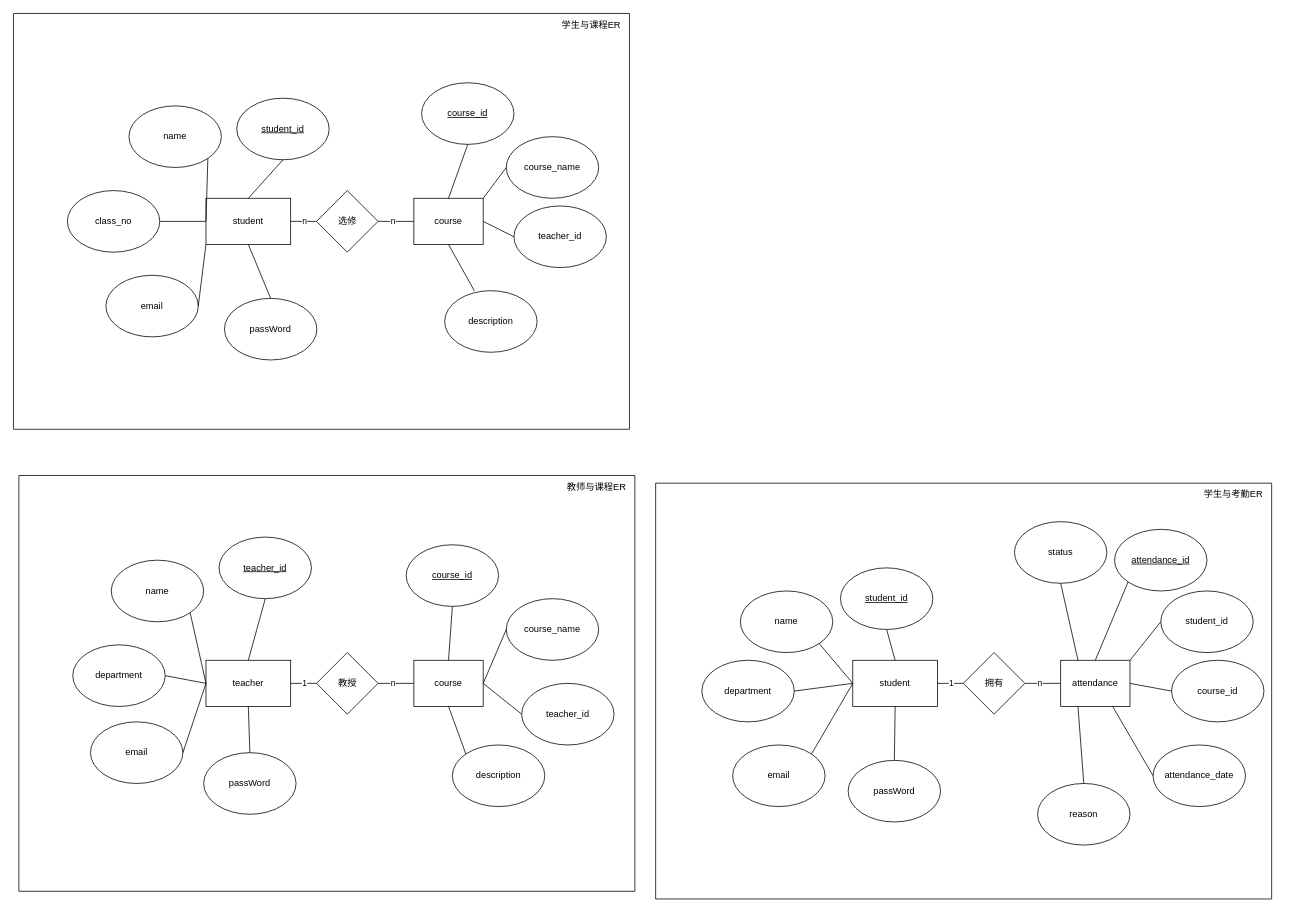
This is student_attendance_system.drawio from hiddenSharp429/student-attendance-system-python, a draw.io file, before an edit. Source tidied: cells renumbered, new cells numbered last; positions are measured from the earlier drawing's top-left corner, leaving out a move shared by most shapes. Both pictures are drawn from the tidied source at 77%, with x=0, y=0 at pixel (13, 13).
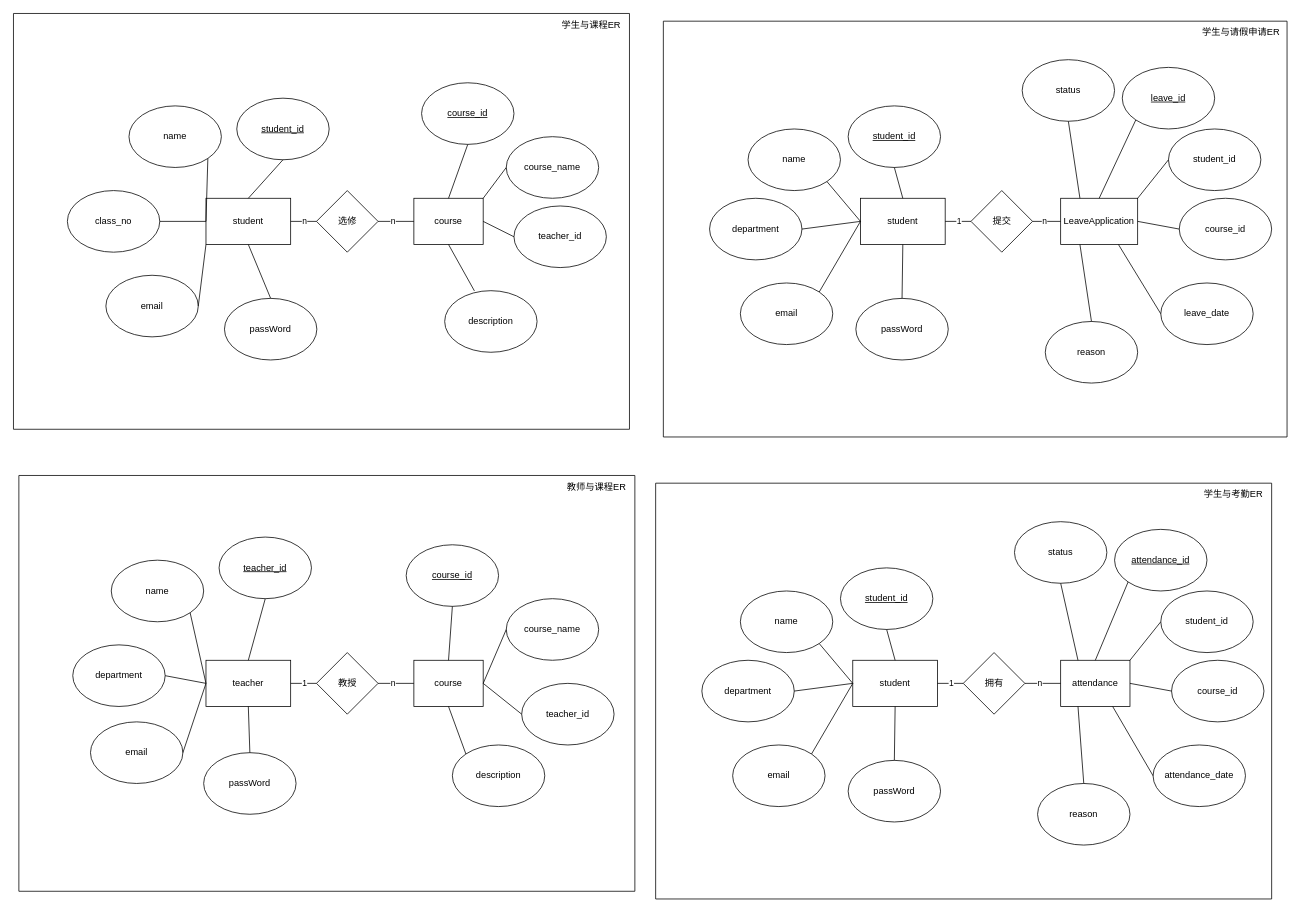
The same diagram, later.

Change to the diagram source:
```diff
@@
+    <mxCell id="87" style="swimlane;startSize=0;" parent="1" vertex="1">
+      <mxGeometry x="844" y="10" width="810" height="540" as="geometry" />
+    </mxCell>
+    <mxCell id="88" value="学生与请假申请ER" style="text;html=1;align=center;verticalAlign=middle;strokeColor=none;fillColor=none;" parent="87" vertex="1">
+      <mxGeometry x="690" width="120" height="30" as="geometry" />
+    </mxCell>
+    <mxCell id="89" value="status" style="ellipse;whiteSpace=wrap;html=1;" parent="87" vertex="1">
+      <mxGeometry x="466" y="50" width="120" height="80" as="geometry" />
+    </mxCell>
+    <mxCell id="90" value="reason" style="ellipse;whiteSpace=wrap;html=1;" parent="87" vertex="1">
+      <mxGeometry x="496" y="390" width="120" height="80" as="geometry" />
+    </mxCell>
+    <mxCell id="91" value="&lt;u&gt;student_id&lt;/u&gt;" style="ellipse;whiteSpace=wrap;html=1;" parent="87" vertex="1">
+      <mxGeometry x="240" y="110" width="120" height="80" as="geometry" />
+    </mxCell>
+    <mxCell id="92" value="name" style="ellipse;whiteSpace=wrap;html=1;" parent="87" vertex="1">
+      <mxGeometry x="110" y="140" width="120" height="80" as="geometry" />
+    </mxCell>
+    <mxCell id="93" value="department" style="ellipse;whiteSpace=wrap;html=1;" parent="87" vertex="1">
+      <mxGeometry x="60" y="230" width="120" height="80" as="geometry" />
+    </mxCell>
+    <mxCell id="94" value="passWord" style="ellipse;whiteSpace=wrap;html=1;" parent="87" vertex="1">
+      <mxGeometry x="250" y="360" width="120" height="80" as="geometry" />
+    </mxCell>
+    <mxCell id="95" value="email" style="ellipse;whiteSpace=wrap;html=1;" parent="87" vertex="1">
+      <mxGeometry x="100" y="340" width="120" height="80" as="geometry" />
+    </mxCell>
+    <mxCell id="96" value="&lt;u&gt;leave_id&lt;/u&gt;" style="ellipse;whiteSpace=wrap;html=1;" parent="87" vertex="1">
+      <mxGeometry x="596" y="60" width="120" height="80" as="geometry" />
+    </mxCell>
+    <mxCell id="97" value="student_id" style="ellipse;whiteSpace=wrap;html=1;" parent="87" vertex="1">
+      <mxGeometry x="656" y="140" width="120" height="80" as="geometry" />
+    </mxCell>
+    <mxCell id="98" value="course_id" style="ellipse;whiteSpace=wrap;html=1;" parent="87" vertex="1">
+      <mxGeometry x="670" y="230" width="120" height="80" as="geometry" />
+    </mxCell>
+    <mxCell id="99" value="&lt;div style=&quot;text-align: start;&quot;&gt;leave_date&lt;/div&gt;" style="ellipse;whiteSpace=wrap;html=1;" parent="87" vertex="1">
+      <mxGeometry x="646" y="340" width="120" height="80" as="geometry" />
+    </mxCell>
+    <mxCell id="100" value="student" style="rounded=0;whiteSpace=wrap;html=1;" parent="1" vertex="1">
+      <mxGeometry x="1100" y="240" width="110" height="60" as="geometry" />
+    </mxCell>
+    <mxCell id="101" value="LeaveApplication" style="rounded=0;whiteSpace=wrap;html=1;" parent="1" vertex="1">
+      <mxGeometry x="1360" y="240" width="100" height="60" as="geometry" />
+    </mxCell>
+    <mxCell id="102" style="endArrow=none;html=1;rounded=0;exitX=0.5;exitY=1;exitDx=0;exitDy=0;entryX=0.5;entryY=0;entryDx=0;entryDy=0;" parent="1" edge="1" source="91" target="100">
+      <mxGeometry relative="1" as="geometry" />
+    </mxCell>
+    <mxCell id="103" style="endArrow=none;html=1;rounded=0;exitX=1;exitY=1;exitDx=0;exitDy=0;" parent="1" edge="1" source="92">
+      <mxGeometry relative="1" as="geometry">
+        <mxPoint x="1100" y="270" as="targetPoint" />
+      </mxGeometry>
+    </mxCell>
+    <mxCell id="104" style="endArrow=none;html=1;rounded=0;exitX=1;exitY=0.5;exitDx=0;exitDy=0;" parent="1" edge="1" source="93">
+      <mxGeometry relative="1" as="geometry">
+        <mxPoint x="1100" y="270" as="targetPoint" />
+      </mxGeometry>
+    </mxCell>
+    <mxCell id="105" style="endArrow=none;html=1;rounded=0;exitX=1;exitY=0;exitDx=0;exitDy=0;" parent="1" edge="1" source="95">
+      <mxGeometry relative="1" as="geometry">
+        <mxPoint x="1100" y="270" as="targetPoint" />
+      </mxGeometry>
+    </mxCell>
+    <mxCell id="106" style="endArrow=none;html=1;rounded=0;exitX=0.5;exitY=0;exitDx=0;exitDy=0;entryX=0.5;entryY=1;entryDx=0;entryDy=0;" parent="1" edge="1" source="94" target="100">
+      <mxGeometry relative="1" as="geometry" />
+    </mxCell>
+    <mxCell id="107" style="endArrow=none;html=1;rounded=0;exitX=0;exitY=1;exitDx=0;exitDy=0;entryX=0.5;entryY=0;entryDx=0;entryDy=0;" parent="1" edge="1" source="96" target="101">
+      <mxGeometry relative="1" as="geometry" />
+    </mxCell>
+    <mxCell id="108" style="endArrow=none;html=1;rounded=0;exitX=0;exitY=0.5;exitDx=0;exitDy=0;entryX=1;entryY=0;entryDx=0;entryDy=0;" parent="1" edge="1" source="97" target="101">
+      <mxGeometry relative="1" as="geometry" />
+    </mxCell>
+    <mxCell id="109" style="endArrow=none;html=1;rounded=0;exitX=0;exitY=0.5;exitDx=0;exitDy=0;" parent="1" edge="1" source="98">
+      <mxGeometry relative="1" as="geometry">
+        <mxPoint x="1460" y="270" as="targetPoint" />
+      </mxGeometry>
+    </mxCell>
+    <mxCell id="110" style="endArrow=none;html=1;rounded=0;exitX=0;exitY=0.5;exitDx=0;exitDy=0;entryX=0.75;entryY=1;entryDx=0;entryDy=0;" parent="1" edge="1" source="99" target="101">
+      <mxGeometry relative="1" as="geometry" />
+    </mxCell>
+    <mxCell id="111" value="提交" style="rhombus;whiteSpace=wrap;html=1;" parent="1" vertex="1">
+      <mxGeometry x="1243.5" y="230" width="80" height="80" as="geometry" />
+    </mxCell>
+    <mxCell id="112" style="endArrow=none;html=1;rounded=0;exitX=1;exitY=0.5;exitDx=0;exitDy=0;entryX=0;entryY=0.5;entryDx=0;entryDy=0;" parent="1" edge="1" source="100" target="111">
+      <mxGeometry relative="1" as="geometry" />
+    </mxCell>
+    <mxCell id="113" value="1" style="edgeLabel;html=1;align=center;verticalAlign=middle;" parent="112" vertex="1">
+      <mxGeometry x="-0.23" y="2" relative="1" as="geometry">
+        <mxPoint x="4" y="1" as="offset" />
+      </mxGeometry>
+    </mxCell>
+    <mxCell id="114" style="endArrow=none;html=1;rounded=0;exitX=1;exitY=0.5;exitDx=0;exitDy=0;entryX=0;entryY=0.5;entryDx=0;entryDy=0;" parent="1" edge="1" source="111" target="101">
+      <mxGeometry relative="1" as="geometry" />
+    </mxCell>
+    <mxCell id="115" value="n" style="edgeLabel;html=1;align=center;verticalAlign=middle;" parent="114" vertex="1">
+      <mxGeometry x="-0.18" y="-1" relative="1" as="geometry">
+        <mxPoint y="-2" as="offset" />
+      </mxGeometry>
+    </mxCell>
+    <mxCell id="116" style="endArrow=none;html=1;rounded=0;exitX=0.5;exitY=1;exitDx=0;exitDy=0;entryX=0.25;entryY=0;entryDx=0;entryDy=0;" parent="1" edge="1" source="89" target="101">
+      <mxGeometry relative="1" as="geometry" />
+    </mxCell>
+    <mxCell id="117" style="endArrow=none;html=1;rounded=0;exitX=0.5;exitY=0;exitDx=0;exitDy=0;entryX=0.25;entryY=1;entryDx=0;entryDy=0;" parent="1" edge="1" source="90" target="101">
+      <mxGeometry relative="1" as="geometry" />
+    </mxCell>
```
